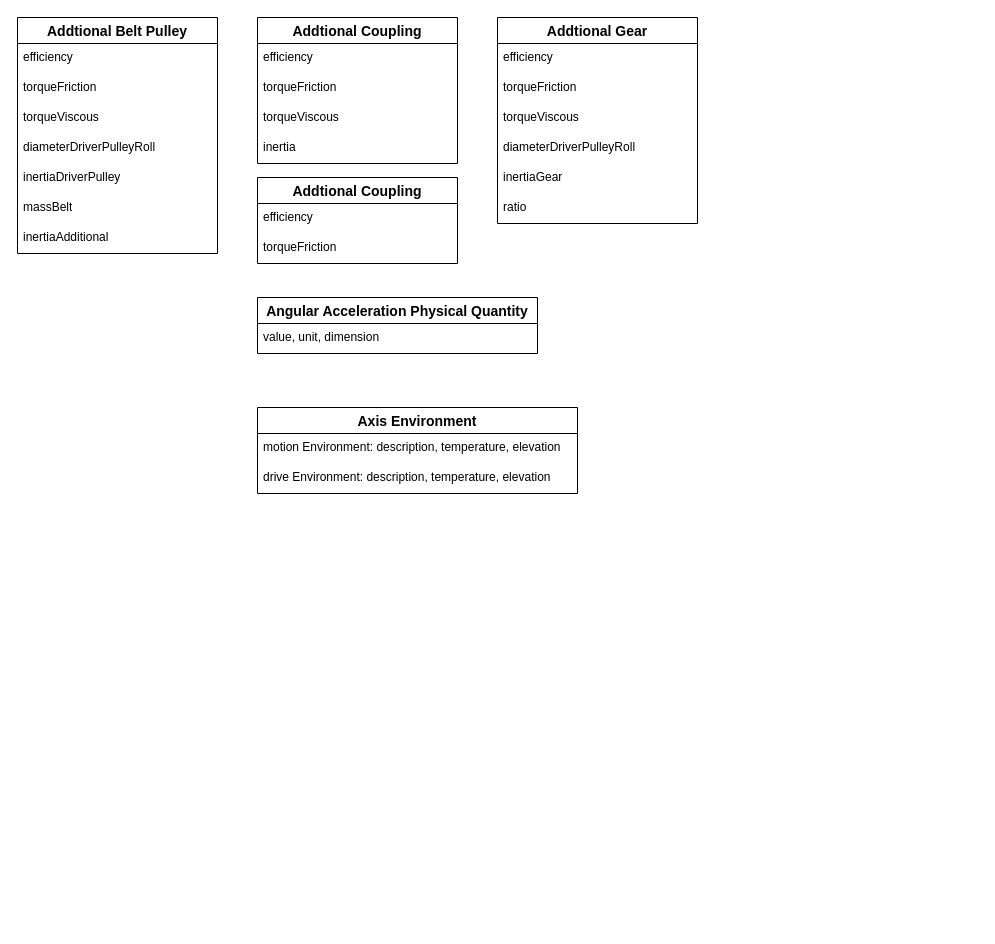
The draw.io diagram Motion_Sizing.drawio in RiemannLee19/UMLs, before the edit. Source tidied: cells renumbered, new cells numbered last; positions are measured from the earlier drawing's top-left corner, leaving out a move shared by most shapes. Both pictures are drawn from the tidied source at 100%, with x=0, y=0 at pixel (17, 17).
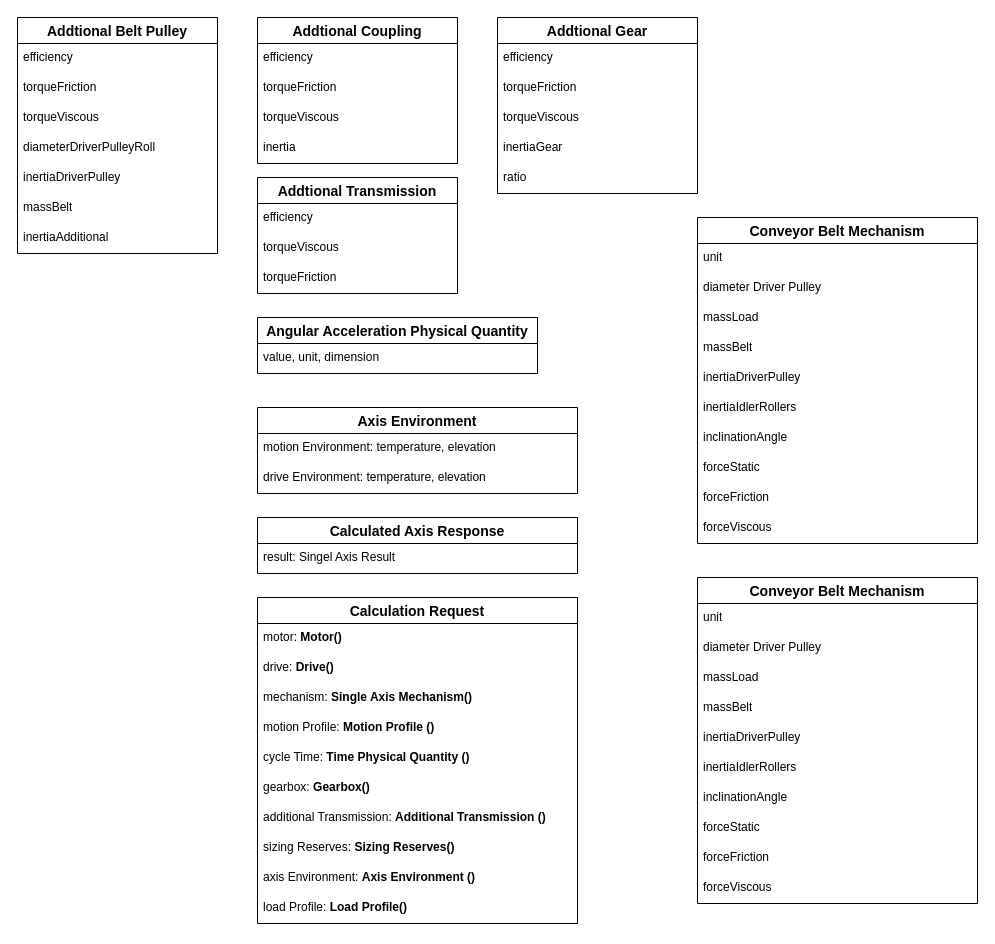
The same page after the edit.

The change refers to these unchanged cells:
```xml
<mxCell id="27" value="Axis Environment" style="swimlane;fontStyle=1;horizontal=1;startSize=26;align=center;fontSize=14;" parent="1" vertex="1">
  <mxGeometry x="240" y="390" width="320" height="86" as="geometry" />
</mxCell>
```

The edit, as a diff of the source:
```diff
@@
     <mxCell id="15" value="Addtional Gear" style="swimlane;fontStyle=1;horizontal=1;startSize=26;align=center;fontSize=14;" parent="1" vertex="1">
-      <mxGeometry x="480" width="200" height="206" as="geometry" />
+      <mxGeometry x="480" width="200" height="176" as="geometry" />
     </mxCell>
@@
-    <mxCell id="19" value="diameterDriverPulleyRoll" style="text;strokeColor=none;fillColor=none;spacingLeft=4;spacingRight=4;overflow=hidden;fontSize=12;whiteSpace=wrap;html=1;" parent="15" vertex="1">
-      <mxGeometry y="116" width="200" height="30" as="geometry" />
-    </mxCell>
     <mxCell id="20" value="inertiaGear" style="text;strokeColor=none;fillColor=none;spacingLeft=4;spacingRight=4;overflow=hidden;fontSize=12;whiteSpace=wrap;html=1;" parent="15" vertex="1">
-      <mxGeometry y="146" width="200" height="30" as="geometry" />
+      <mxGeometry y="116" width="200" height="30" as="geometry" />
     </mxCell>
     <mxCell id="21" value="ratio" style="text;strokeColor=none;fillColor=none;spacingLeft=4;spacingRight=4;overflow=hidden;fontSize=12;whiteSpace=wrap;html=1;" parent="15" vertex="1">
-      <mxGeometry y="176" width="200" height="30" as="geometry" />
+      <mxGeometry y="146" width="200" height="30" as="geometry" />
     </mxCell>
-    <mxCell id="22" value="Addtional Coupling" style="swimlane;fontStyle=1;horizontal=1;startSize=26;align=center;fontSize=14;" parent="1" vertex="1">
-      <mxGeometry x="240" y="160" width="200" height="86" as="geometry" />
+    <mxCell id="22" value="Addtional Transmission" style="swimlane;fontStyle=1;horizontal=1;startSize=26;align=center;fontSize=14;" parent="1" vertex="1">
+      <mxGeometry x="240" y="160" width="200" height="116" as="geometry" />
     </mxCell>
@@
+    <mxCell id="30" value="torqueViscous&lt;span class=&quot;eusoft-eudic-chrome-extension-translate-content&quot;&gt;&lt;/span&gt;" style="text;strokeColor=none;fillColor=none;spacingLeft=4;spacingRight=4;overflow=hidden;fontSize=12;whiteSpace=wrap;html=1;" parent="22" vertex="1">
+      <mxGeometry y="56" width="200" height="30" as="geometry" />
+    </mxCell>
     <mxCell id="24" value="torqueFriction&lt;span class=&quot;eusoft-eudic-chrome-extension-translate-content&quot;&gt;&lt;/span&gt;" style="text;strokeColor=none;fillColor=none;spacingLeft=4;spacingRight=4;overflow=hidden;fontSize=12;whiteSpace=wrap;html=1;" parent="22" vertex="1">
-      <mxGeometry y="56" width="200" height="30" as="geometry" />
+      <mxGeometry y="86" width="200" height="30" as="geometry" />
     </mxCell>
     <mxCell id="25" value="Angular Acceleration Physical Quantity" style="swimlane;fontStyle=1;horizontal=1;startSize=26;align=center;fontSize=14;" parent="1" vertex="1">
-      <mxGeometry x="240" y="280" width="280" height="56" as="geometry" />
+      <mxGeometry x="240" y="300" width="280" height="56" as="geometry" />
     </mxCell>
@@
-    <mxCell id="28" value="motion Environment: description, temperature, elevation&lt;span class=&quot;eusoft-eudic-chrome-extension-translate-content&quot;&gt;&lt;/span&gt;" style="text;strokeColor=none;fillColor=none;spacingLeft=4;spacingRight=4;overflow=hidden;fontSize=12;whiteSpace=wrap;html=1;" parent="27" vertex="1">
+    <mxCell id="28" value="motion Environment: temperature, elevation&lt;span class=&quot;eusoft-eudic-chrome-extension-translate-content&quot;&gt;&lt;/span&gt;" style="text;strokeColor=none;fillColor=none;spacingLeft=4;spacingRight=4;overflow=hidden;fontSize=12;whiteSpace=wrap;html=1;" parent="27" vertex="1">
       <mxGeometry y="26" width="320" height="30" as="geometry" />
     </mxCell>
-    <mxCell id="29" value="drive Environment: description, temperature, elevation" style="text;strokeColor=none;fillColor=none;spacingLeft=4;spacingRight=4;overflow=hidden;fontSize=12;whiteSpace=wrap;html=1;" parent="27" vertex="1">
+    <mxCell id="29" value="drive Environment: temperature, elevation" style="text;strokeColor=none;fillColor=none;spacingLeft=4;spacingRight=4;overflow=hidden;fontSize=12;whiteSpace=wrap;html=1;" parent="27" vertex="1">
       <mxGeometry y="56" width="320" height="30" as="geometry" />
     </mxCell>
+    <mxCell id="31" value="Calculated Axis Response" style="swimlane;fontStyle=1;horizontal=1;startSize=26;align=center;fontSize=14;" parent="1" vertex="1">
+      <mxGeometry x="240" y="500" width="320" height="56" as="geometry" />
+    </mxCell>
+    <mxCell id="32" value="result: Singel Axis Result&lt;span class=&quot;eusoft-eudic-chrome-extension-translate-content&quot;&gt;&lt;/span&gt;" style="text;strokeColor=none;fillColor=none;spacingLeft=4;spacingRight=4;overflow=hidden;fontSize=12;whiteSpace=wrap;html=1;" parent="31" vertex="1">
+      <mxGeometry y="26" width="320" height="30" as="geometry" />
+    </mxCell>
+    <mxCell id="33" value="Calculation Request" style="swimlane;fontStyle=1;horizontal=1;startSize=26;align=center;fontSize=14;" parent="1" vertex="1">
+      <mxGeometry x="240" y="580" width="320" height="326" as="geometry" />
+    </mxCell>
+    <mxCell id="34" value="motor: &lt;b&gt;Motor()&lt;/b&gt;&lt;span class=&quot;eusoft-eudic-chrome-extension-translate-content&quot;&gt;&lt;/span&gt;" style="text;strokeColor=none;fillColor=none;spacingLeft=4;spacingRight=4;overflow=hidden;fontSize=12;whiteSpace=wrap;html=1;" parent="33" vertex="1">
+      <mxGeometry y="26" width="320" height="30" as="geometry" />
+    </mxCell>
+    <mxCell id="35" value="drive: &lt;b&gt;Drive()&lt;/b&gt;&lt;span class=&quot;eusoft-eudic-chrome-extension-translate-content&quot;&gt;&lt;/span&gt;" style="text;strokeColor=none;fillColor=none;spacingLeft=4;spacingRight=4;overflow=hidden;fontSize=12;whiteSpace=wrap;html=1;" parent="33" vertex="1">
+      <mxGeometry y="56" width="320" height="30" as="geometry" />
+    </mxCell>
+    <mxCell id="36" value="mechanism: &lt;b&gt;Single Axis Mechanism()&lt;/b&gt;&lt;span class=&quot;eusoft-eudic-chrome-extension-translate-content&quot;&gt;&lt;/span&gt;" style="text;strokeColor=none;fillColor=none;spacingLeft=4;spacingRight=4;overflow=hidden;fontSize=12;whiteSpace=wrap;html=1;" parent="33" vertex="1">
+      <mxGeometry y="86" width="320" height="30" as="geometry" />
+    </mxCell>
+    <mxCell id="37" value="motion Profile: &lt;b&gt;Motion Profile ()&lt;/b&gt;" style="text;strokeColor=none;fillColor=none;spacingLeft=4;spacingRight=4;overflow=hidden;fontSize=12;whiteSpace=wrap;html=1;" parent="33" vertex="1">
+      <mxGeometry y="116" width="320" height="30" as="geometry" />
+    </mxCell>
+    <mxCell id="38" value="cycle Time: &lt;b&gt;Time Physical Quantity ()&lt;/b&gt;&lt;span class=&quot;eusoft-eudic-chrome-extension-translate-content&quot;&gt;&lt;/span&gt;" style="text;strokeColor=none;fillColor=none;spacingLeft=4;spacingRight=4;overflow=hidden;fontSize=12;whiteSpace=wrap;html=1;" parent="33" vertex="1">
+      <mxGeometry y="146" width="320" height="30" as="geometry" />
+    </mxCell>
+    <mxCell id="39" value="gearbox: &lt;b&gt;Gearbox()&lt;/b&gt;&lt;span class=&quot;eusoft-eudic-chrome-extension-translate-content&quot;&gt;&lt;/span&gt;" style="text;strokeColor=none;fillColor=none;spacingLeft=4;spacingRight=4;overflow=hidden;fontSize=12;whiteSpace=wrap;html=1;" parent="33" vertex="1">
+      <mxGeometry y="176" width="320" height="30" as="geometry" />
+    </mxCell>
+    <mxCell id="40" value="additional Transmission: &lt;b&gt;Additional Transmission ()&lt;/b&gt;&lt;span class=&quot;eusoft-eudic-chrome-extension-translate-content&quot;&gt;&lt;/span&gt;" style="text;strokeColor=none;fillColor=none;spacingLeft=4;spacingRight=4;overflow=hidden;fontSize=12;whiteSpace=wrap;html=1;" parent="33" vertex="1">
+      <mxGeometry y="206" width="320" height="30" as="geometry" />
+    </mxCell>
+    <mxCell id="41" value="sizing Reserves: &lt;b&gt;Sizing Reserves()&lt;/b&gt;&lt;span class=&quot;eusoft-eudic-chrome-extension-translate-content&quot;&gt;&lt;/span&gt;" style="text;strokeColor=none;fillColor=none;spacingLeft=4;spacingRight=4;overflow=hidden;fontSize=12;whiteSpace=wrap;html=1;" parent="33" vertex="1">
+      <mxGeometry y="236" width="320" height="30" as="geometry" />
+    </mxCell>
+    <mxCell id="42" value="axis Environment: &lt;b&gt;Axis Environment ()&lt;/b&gt;&lt;span class=&quot;eusoft-eudic-chrome-extension-translate-content&quot;&gt;&lt;/span&gt;" style="text;strokeColor=none;fillColor=none;spacingLeft=4;spacingRight=4;overflow=hidden;fontSize=12;whiteSpace=wrap;html=1;" parent="33" vertex="1">
+      <mxGeometry y="266" width="320" height="30" as="geometry" />
+    </mxCell>
+    <mxCell id="43" value="load Profile: &lt;b&gt;Load Profile()&lt;/b&gt;&lt;span class=&quot;eusoft-eudic-chrome-extension-translate-content&quot;&gt;&lt;/span&gt;" style="text;strokeColor=none;fillColor=none;spacingLeft=4;spacingRight=4;overflow=hidden;fontSize=12;whiteSpace=wrap;html=1;" parent="33" vertex="1">
+      <mxGeometry y="296" width="320" height="30" as="geometry" />
+    </mxCell>
+    <mxCell id="44" value="Conveyor Belt Mechanism" style="swimlane;fontStyle=1;horizontal=1;startSize=26;align=center;fontSize=14;" parent="1" vertex="1">
+      <mxGeometry x="680" y="200" width="280" height="326" as="geometry" />
+    </mxCell>
+    <mxCell id="45" value="unit&lt;span class=&quot;eusoft-eudic-chrome-extension-translate-content&quot;&gt;&lt;/span&gt;" style="text;strokeColor=none;fillColor=none;spacingLeft=4;spacingRight=4;overflow=hidden;fontSize=12;whiteSpace=wrap;html=1;" parent="44" vertex="1">
+      <mxGeometry y="26" width="280" height="30" as="geometry" />
+    </mxCell>
+    <mxCell id="46" value="diameter Driver Pulley&lt;span class=&quot;eusoft-eudic-chrome-extension-translate-content&quot;&gt;&lt;/span&gt;" style="text;strokeColor=none;fillColor=none;spacingLeft=4;spacingRight=4;overflow=hidden;fontSize=12;whiteSpace=wrap;html=1;" parent="44" vertex="1">
+      <mxGeometry y="56" width="280" height="30" as="geometry" />
+    </mxCell>
+    <mxCell id="47" value="massLoad&lt;span class=&quot;eusoft-eudic-chrome-extension-translate-content&quot;&gt;&lt;/span&gt;" style="text;strokeColor=none;fillColor=none;spacingLeft=4;spacingRight=4;overflow=hidden;fontSize=12;whiteSpace=wrap;html=1;" parent="44" vertex="1">
+      <mxGeometry y="86" width="280" height="30" as="geometry" />
+    </mxCell>
+    <mxCell id="48" value="massBelt&lt;span class=&quot;eusoft-eudic-chrome-extension-translate-content&quot;&gt;&lt;/span&gt;" style="text;strokeColor=none;fillColor=none;spacingLeft=4;spacingRight=4;overflow=hidden;fontSize=12;whiteSpace=wrap;html=1;" parent="44" vertex="1">
+      <mxGeometry y="116" width="280" height="30" as="geometry" />
+    </mxCell>
+    <mxCell id="49" value="inertiaDriverPulley&lt;span class=&quot;eusoft-eudic-chrome-extension-translate-content&quot;&gt;&lt;/span&gt;" style="text;strokeColor=none;fillColor=none;spacingLeft=4;spacingRight=4;overflow=hidden;fontSize=12;whiteSpace=wrap;html=1;" parent="44" vertex="1">
+      <mxGeometry y="146" width="280" height="30" as="geometry" />
+    </mxCell>
+    <mxCell id="50" value="inertiaIdlerRollers&lt;span class=&quot;eusoft-eudic-chrome-extension-translate-content&quot;&gt;&lt;/span&gt;" style="text;strokeColor=none;fillColor=none;spacingLeft=4;spacingRight=4;overflow=hidden;fontSize=12;whiteSpace=wrap;html=1;" parent="44" vertex="1">
+      <mxGeometry y="176" width="280" height="30" as="geometry" />
+    </mxCell>
+    <mxCell id="51" value="inclinationAngle&lt;span class=&quot;eusoft-eudic-chrome-extension-translate-content&quot;&gt;&lt;/span&gt;" style="text;strokeColor=none;fillColor=none;spacingLeft=4;spacingRight=4;overflow=hidden;fontSize=12;whiteSpace=wrap;html=1;" parent="44" vertex="1">
+      <mxGeometry y="206" width="280" height="30" as="geometry" />
+    </mxCell>
+    <mxCell id="52" value="forceStatic&lt;span class=&quot;eusoft-eudic-chrome-extension-translate-content&quot;&gt;&lt;/span&gt;" style="text;strokeColor=none;fillColor=none;spacingLeft=4;spacingRight=4;overflow=hidden;fontSize=12;whiteSpace=wrap;html=1;" parent="44" vertex="1">
+      <mxGeometry y="236" width="280" height="30" as="geometry" />
+    </mxCell>
+    <mxCell id="53" value="forceFriction&lt;span class=&quot;eusoft-eudic-chrome-extension-translate-content&quot;&gt;&lt;/span&gt;" style="text;strokeColor=none;fillColor=none;spacingLeft=4;spacingRight=4;overflow=hidden;fontSize=12;whiteSpace=wrap;html=1;" parent="44" vertex="1">
+      <mxGeometry y="266" width="280" height="30" as="geometry" />
+    </mxCell>
+    <mxCell id="54" value="forceViscous&lt;span class=&quot;eusoft-eudic-chrome-extension-translate-content&quot;&gt;&lt;/span&gt;" style="text;strokeColor=none;fillColor=none;spacingLeft=4;spacingRight=4;overflow=hidden;fontSize=12;whiteSpace=wrap;html=1;" parent="44" vertex="1">
+      <mxGeometry y="296" width="280" height="30" as="geometry" />
+    </mxCell>
+    <mxCell id="55" value="Conveyor Belt Mechanism" style="swimlane;fontStyle=1;horizontal=1;startSize=26;align=center;fontSize=14;" parent="1" vertex="1">
+      <mxGeometry x="680" y="560" width="280" height="326" as="geometry" />
+    </mxCell>
+    <mxCell id="56" value="unit&lt;span class=&quot;eusoft-eudic-chrome-extension-translate-content&quot;&gt;&lt;/span&gt;" style="text;strokeColor=none;fillColor=none;spacingLeft=4;spacingRight=4;overflow=hidden;fontSize=12;whiteSpace=wrap;html=1;" parent="55" vertex="1">
+      <mxGeometry y="26" width="280" height="30" as="geometry" />
+    </mxCell>
+    <mxCell id="57" value="diameter Driver Pulley&lt;span class=&quot;eusoft-eudic-chrome-extension-translate-content&quot;&gt;&lt;/span&gt;" style="text;strokeColor=none;fillColor=none;spacingLeft=4;spacingRight=4;overflow=hidden;fontSize=12;whiteSpace=wrap;html=1;" parent="55" vertex="1">
+      <mxGeometry y="56" width="280" height="30" as="geometry" />
+    </mxCell>
+    <mxCell id="58" value="massLoad&lt;span class=&quot;eusoft-eudic-chrome-extension-translate-content&quot;&gt;&lt;/span&gt;" style="text;strokeColor=none;fillColor=none;spacingLeft=4;spacingRight=4;overflow=hidden;fontSize=12;whiteSpace=wrap;html=1;" parent="55" vertex="1">
+      <mxGeometry y="86" width="280" height="30" as="geometry" />
+    </mxCell>
+    <mxCell id="59" value="massBelt&lt;span class=&quot;eusoft-eudic-chrome-extension-translate-content&quot;&gt;&lt;/span&gt;" style="text;strokeColor=none;fillColor=none;spacingLeft=4;spacingRight=4;overflow=hidden;fontSize=12;whiteSpace=wrap;html=1;" parent="55" vertex="1">
+      <mxGeometry y="116" width="280" height="30" as="geometry" />
+    </mxCell>
+    <mxCell id="60" value="inertiaDriverPulley&lt;span class=&quot;eusoft-eudic-chrome-extension-translate-content&quot;&gt;&lt;/span&gt;" style="text;strokeColor=none;fillColor=none;spacingLeft=4;spacingRight=4;overflow=hidden;fontSize=12;whiteSpace=wrap;html=1;" parent="55" vertex="1">
+      <mxGeometry y="146" width="280" height="30" as="geometry" />
+    </mxCell>
+    <mxCell id="61" value="inertiaIdlerRollers&lt;span class=&quot;eusoft-eudic-chrome-extension-translate-content&quot;&gt;&lt;/span&gt;" style="text;strokeColor=none;fillColor=none;spacingLeft=4;spacingRight=4;overflow=hidden;fontSize=12;whiteSpace=wrap;html=1;" parent="55" vertex="1">
+      <mxGeometry y="176" width="280" height="30" as="geometry" />
+    </mxCell>
+    <mxCell id="62" value="inclinationAngle&lt;span class=&quot;eusoft-eudic-chrome-extension-translate-content&quot;&gt;&lt;/span&gt;" style="text;strokeColor=none;fillColor=none;spacingLeft=4;spacingRight=4;overflow=hidden;fontSize=12;whiteSpace=wrap;html=1;" parent="55" vertex="1">
+      <mxGeometry y="206" width="280" height="30" as="geometry" />
+    </mxCell>
+    <mxCell id="63" value="forceStatic&lt;span class=&quot;eusoft-eudic-chrome-extension-translate-content&quot;&gt;&lt;/span&gt;" style="text;strokeColor=none;fillColor=none;spacingLeft=4;spacingRight=4;overflow=hidden;fontSize=12;whiteSpace=wrap;html=1;" parent="55" vertex="1">
+      <mxGeometry y="236" width="280" height="30" as="geometry" />
+    </mxCell>
+    <mxCell id="64" value="forceFriction&lt;span class=&quot;eusoft-eudic-chrome-extension-translate-content&quot;&gt;&lt;/span&gt;" style="text;strokeColor=none;fillColor=none;spacingLeft=4;spacingRight=4;overflow=hidden;fontSize=12;whiteSpace=wrap;html=1;" parent="55" vertex="1">
+      <mxGeometry y="266" width="280" height="30" as="geometry" />
+    </mxCell>
+    <mxCell id="65" value="forceViscous&lt;span class=&quot;eusoft-eudic-chrome-extension-translate-content&quot;&gt;&lt;/span&gt;" style="text;strokeColor=none;fillColor=none;spacingLeft=4;spacingRight=4;overflow=hidden;fontSize=12;whiteSpace=wrap;html=1;" parent="55" vertex="1">
+      <mxGeometry y="296" width="280" height="30" as="geometry" />
+    </mxCell>
```
